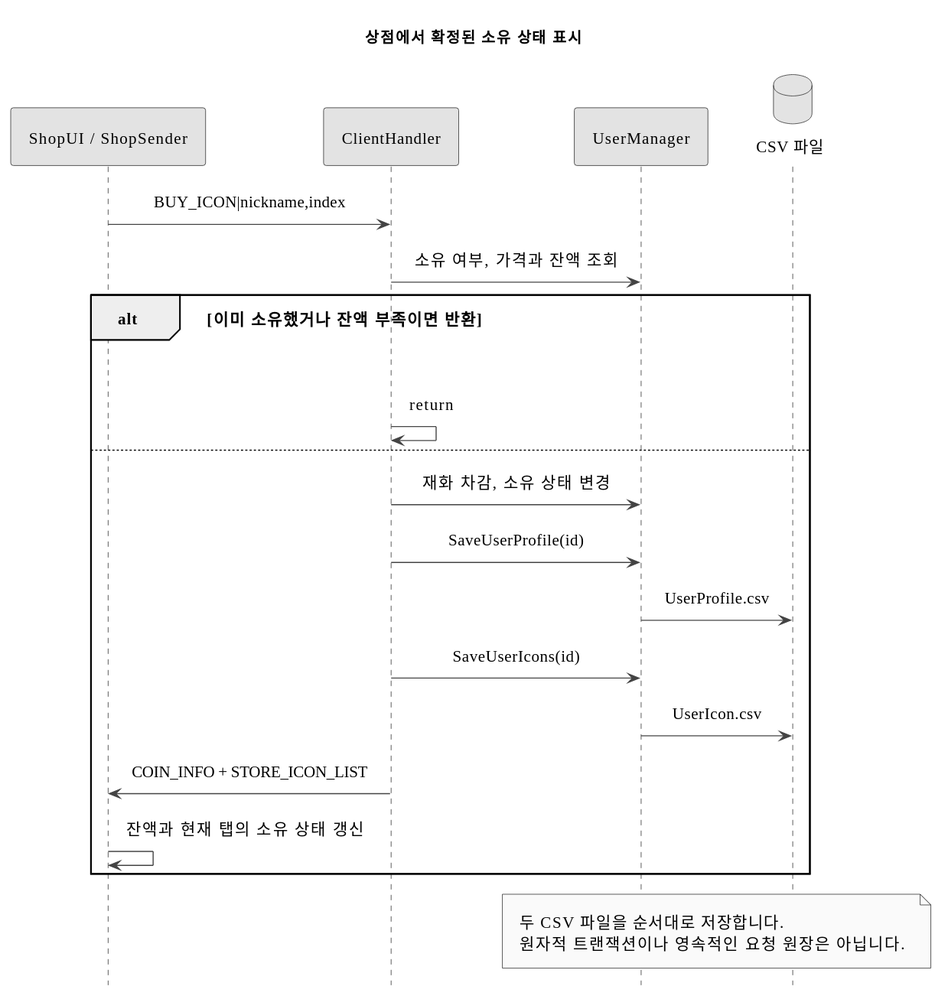
The PlantUML diagram docs/engineering/diagrams/shop-sequence-ko.svg in YSL-RyuDo/BnBServer, before a commit. The source it was exported from:
```plantuml
@startuml
!pragma layout smetana
skinparam monochrome true
skinparam shadowing false
skinparam backgroundColor white
skinparam defaultFontName "Malgun Gothic"
skinparam defaultFontSize 15
skinparam ArrowColor #444444
skinparam Padding 10
skinparam sequenceMessageAlign center
hide footbox
title 상점에서 확정된 소유 상태 표시
participant "ShopUI / ShopSender" as UI
participant ClientHandler as H
participant UserManager as U
database "CSV 파일" as D
UI -> H : BUY_ICON|nickname,index
H -> U : 소유 여부, 가격과 잔액 조회
alt 이미 소유했거나 잔액 부족이면 반환
 H -> H : return
else
 H -> U : 재화 차감, 소유 상태 변경
 H -> U : SaveUserProfile(id)
 U -> D : UserProfile.csv
 H -> U : SaveUserIcons(id)
 U -> D : UserIcon.csv
 H -> UI : COIN_INFO + STORE_ICON_LIST
 UI -> UI : 잔액과 현재 탭의 소유 상태 갱신
end
note over U,D
두 CSV 파일을 순서대로 저장합니다.
원자적 트랜잭션이나 영속적인 요청 원장은 아닙니다.
end note
@enduml
```
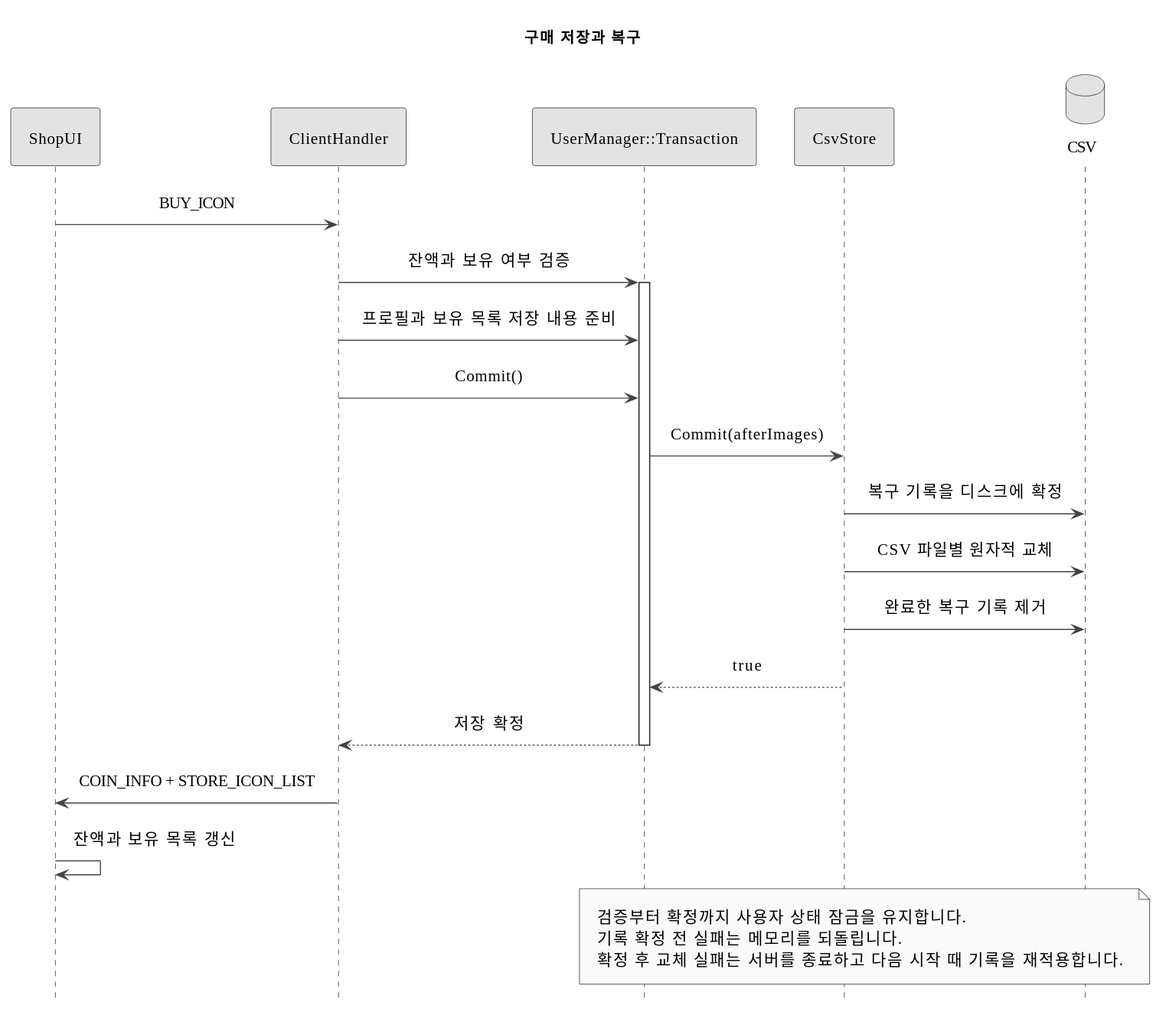
Above is the later version.

Diff of the diagram source:
```diff
@@ -9,26 +9,29 @@
 skinparam Padding 10
 skinparam sequenceMessageAlign center
 hide footbox
-title 상점에서 확정된 소유 상태 표시
-participant "ShopUI / ShopSender" as UI
+title 구매 저장과 복구
+participant ShopUI as UI
 participant ClientHandler as H
-participant UserManager as U
-database "CSV 파일" as D
-UI -> H : BUY_ICON|nickname,index
-H -> U : 소유 여부, 가격과 잔액 조회
-alt 이미 소유했거나 잔액 부족이면 반환
- H -> H : return
-else
- H -> U : 재화 차감, 소유 상태 변경
- H -> U : SaveUserProfile(id)
- U -> D : UserProfile.csv
- H -> U : SaveUserIcons(id)
- U -> D : UserIcon.csv
- H -> UI : COIN_INFO + STORE_ICON_LIST
- UI -> UI : 잔액과 현재 탭의 소유 상태 갱신
-end
-note over U,D
-두 CSV 파일을 순서대로 저장합니다.
-원자적 트랜잭션이나 영속적인 요청 원장은 아닙니다.
+participant "UserManager::Transaction" as T
+participant CsvStore as S
+database CSV as D
+UI -> H : BUY_ICON
+H -> T : 잔액과 보유 여부 검증
+activate T
+H -> T : 프로필과 보유 목록 저장 내용 준비
+H -> T : Commit()
+T -> S : Commit(afterImages)
+S -> D : 복구 기록을 디스크에 확정
+S -> D : CSV 파일별 원자적 교체
+S -> D : 완료한 복구 기록 제거
+S --> T : true
+T --> H : 저장 확정
+deactivate T
+H -> UI : COIN_INFO + STORE_ICON_LIST
+UI -> UI : 잔액과 보유 목록 갱신
+note over T,D
+검증부터 확정까지 사용자 상태 잠금을 유지합니다.
+기록 확정 전 실패는 메모리를 되돌립니다.
+확정 후 교체 실패는 서버를 종료하고 다음 시작 때 기록을 재적용합니다.
 end note
 @enduml
```
